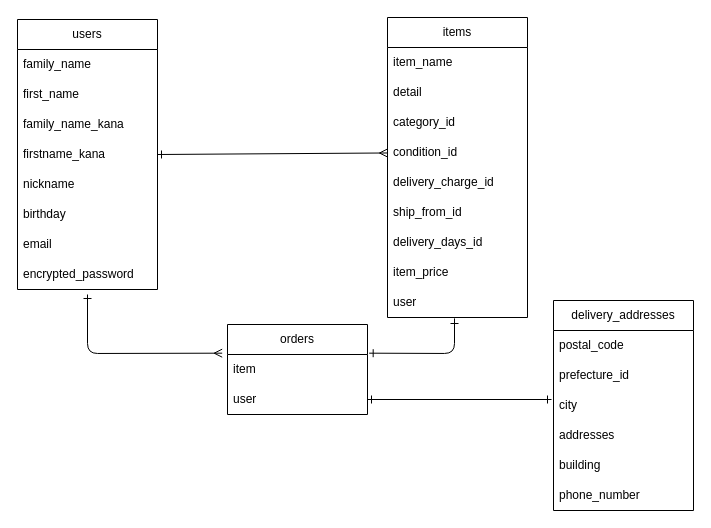
Before: page "Page-1" (1 of 2) of furima.dio in MAYUMITAKEDA/furima-38838, a draw.io diagram. Source tidied: cells renumbered, new cells numbered last; positions are measured from the earlier drawing's top-left corner, leaving out a move shared by most shapes. Both pictures are drawn from the tidied source at 100%, with x=0, y=0 at pixel (17, 17).
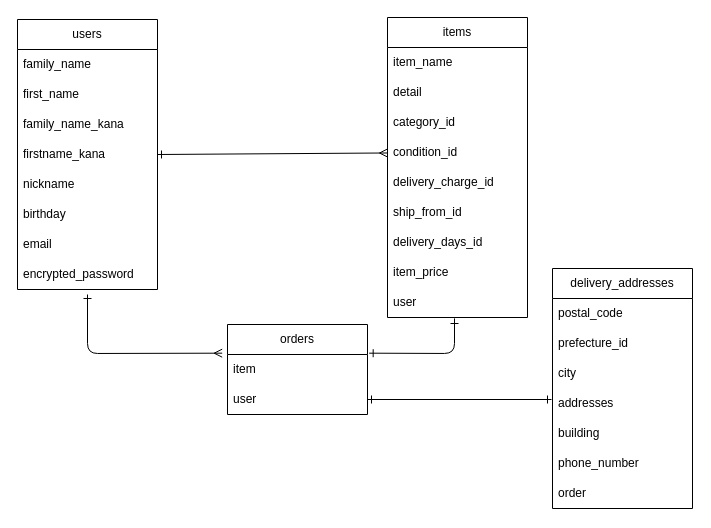
After the change.

Commit message (it also covers changes not shown here):
データベース設計図の修正（itemsテーブルとdelivery_addressesテーブル）

What changed in the source:
```diff
@@
     <mxCell id="26" value="delivery_addresses" style="swimlane;fontStyle=0;horizontal=1;startSize=30;whiteSpace=wrap;html=1;" parent="1" vertex="1">
-      <mxGeometry x="536" y="283" width="140" height="210" as="geometry" />
+      <mxGeometry x="535" y="251" width="140" height="240" as="geometry" />
     </mxCell>
@@
+    <mxCell id="35" value="order" style="text;strokeColor=none;fillColor=none;align=left;verticalAlign=middle;spacingLeft=4;spacingRight=4;overflow=hidden;whiteSpace=wrap;html=1;" parent="26" vertex="1">
+      <mxGeometry y="210" width="140" height="30" as="geometry" />
+    </mxCell>
```
